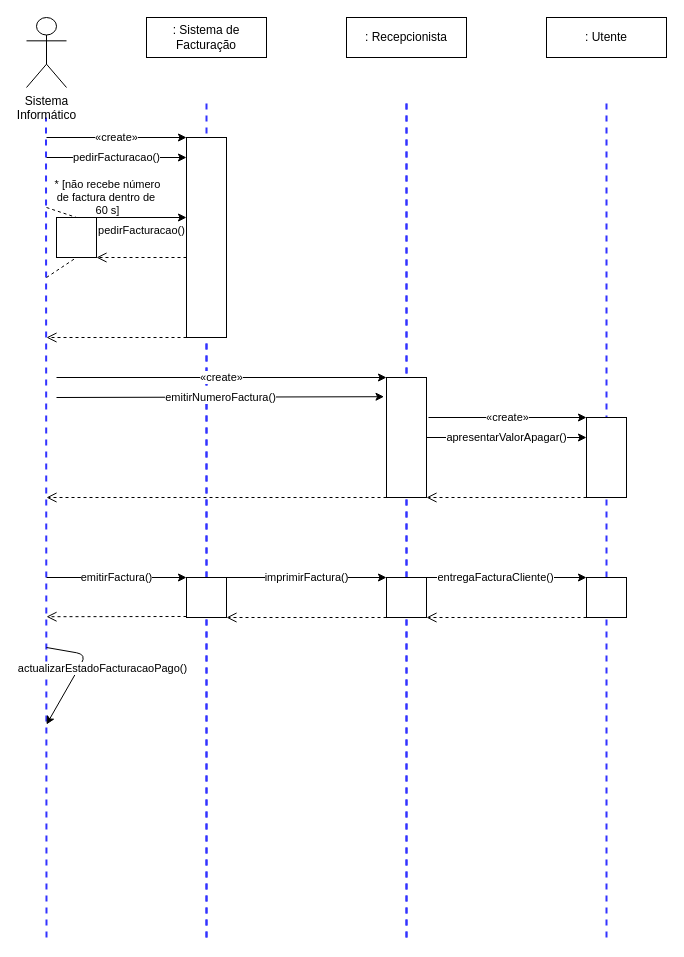
Before: page "Facturação" (1 of 2) of Diagramas de Sequência - Atribuir Vaga e Facturação.drawio in carlan92/Hospital_Management_System, a draw.io diagram. Source tidied: cells renumbered, new cells numbered last; positions are measured from the earlier drawing's top-left corner, leaving out a move shared by most shapes. Both pictures are drawn from the tidied source at 100%, with x=0, y=0 at pixel (26, 17).
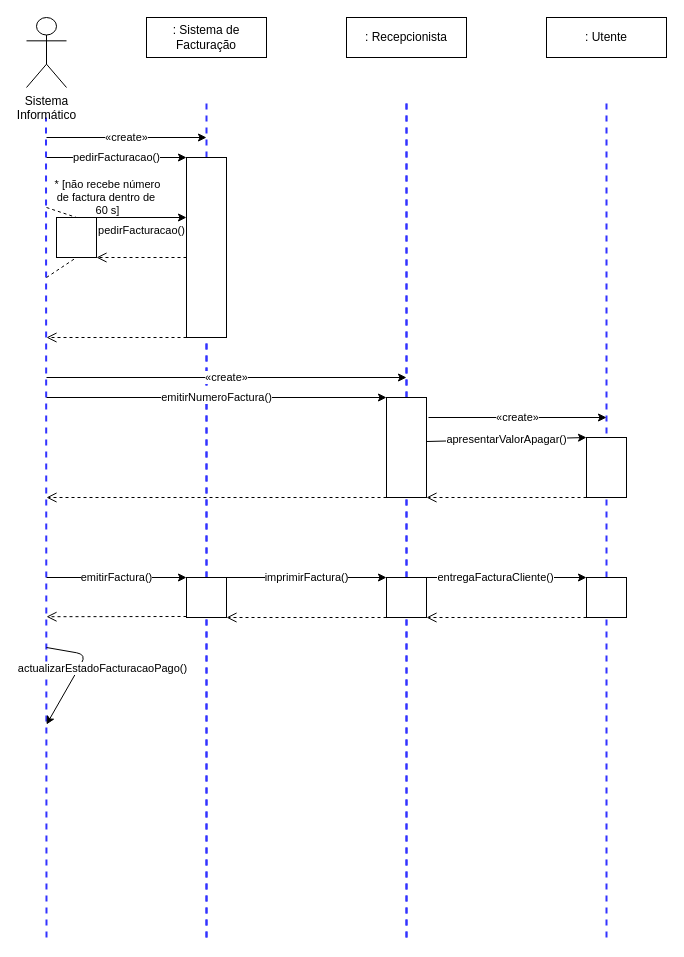
Above is the later version.

Change to the diagram source:
```diff
@@
-    <mxCell id="11" value="«create»" style="endArrow=classic;html=1;strokeWidth=1;entryX=0;entryY=0;entryDx=0;entryDy=0;" parent="1" edge="1" target="12">
+    <mxCell id="11" value="«create»" style="endArrow=classic;html=1;strokeWidth=1;" parent="1" edge="1">
       <mxGeometry relative="1" as="geometry">
         <mxPoint x="20" y="120" as="sourcePoint" />
+        <mxPoint x="180" y="120" as="targetPoint" />
       </mxGeometry>
     </mxCell>
     <mxCell id="12" style="rounded=0;whiteSpace=wrap;html=1;" parent="1" vertex="1">
-      <mxGeometry x="160" y="120" width="40" height="200" as="geometry" />
+      <mxGeometry x="160" y="140" width="40" height="180" as="geometry" />
     </mxCell>
@@
-    <mxCell id="15" value="pedirFacturacao()" style="endArrow=classic;html=1;strokeWidth=1;entryX=0;entryY=0;entryDx=0;entryDy=0;" parent="1" edge="1">
+    <mxCell id="15" value="pedirFacturacao()" style="endArrow=classic;html=1;strokeWidth=1;" parent="1" edge="1">
       <mxGeometry relative="1" as="geometry">
         <mxPoint x="20" y="140" as="sourcePoint" />
         <mxPoint x="160" y="140" as="targetPoint" />
       </mxGeometry>
     </mxCell>
@@
-    <mxCell id="17" value="«create»" style="endArrow=classic;html=1;strokeWidth=1;entryX=0;entryY=0;entryDx=0;entryDy=0;" parent="1" edge="1" target="18">
+    <mxCell id="17" value="«create»" style="endArrow=classic;html=1;strokeWidth=1;" parent="1" edge="1">
       <mxGeometry relative="1" as="geometry">
-        <mxPoint x="30" y="360" as="sourcePoint" />
+        <mxPoint x="20" y="360" as="sourcePoint" />
+        <mxPoint x="380" y="360" as="targetPoint" />
       </mxGeometry>
     </mxCell>
     <mxCell id="18" style="rounded=0;whiteSpace=wrap;html=1;" parent="1" vertex="1">
-      <mxGeometry x="360" y="360" width="40" height="120" as="geometry" />
+      <mxGeometry x="360" y="380" width="40" height="100" as="geometry" />
     </mxCell>
-    <mxCell id="19" value="emitirNumeroFactura()" style="endArrow=classic;html=1;strokeWidth=1;entryX=-0.062;entryY=0.16;entryDx=0;entryDy=0;entryPerimeter=0;" parent="1" edge="1" target="18">
+    <mxCell id="19" value="emitirNumeroFactura()" style="endArrow=classic;html=1;strokeWidth=1;entryX=0;entryY=0;entryDx=0;entryDy=0;" parent="1" edge="1" target="18">
       <mxGeometry relative="1" as="geometry">
-        <mxPoint x="30" y="380" as="sourcePoint" />
+        <mxPoint x="20" y="380" as="sourcePoint" />
       </mxGeometry>
     </mxCell>
-    <mxCell id="20" value="«create»" style="endArrow=classic;html=1;strokeWidth=1;entryX=0;entryY=0;entryDx=0;entryDy=0;" parent="1" edge="1" target="21">
+    <mxCell id="20" value="«create»" style="endArrow=classic;html=1;strokeWidth=1;" parent="1" edge="1">
       <mxGeometry relative="1" as="geometry">
         <mxPoint x="402" y="400" as="sourcePoint" />
+        <mxPoint x="580" y="400" as="targetPoint" />
       </mxGeometry>
     </mxCell>
     <mxCell id="21" style="rounded=0;whiteSpace=wrap;html=1;" parent="1" vertex="1">
-      <mxGeometry x="560" y="400" width="40" height="80" as="geometry" />
+      <mxGeometry x="560" y="420" width="40" height="60" as="geometry" />
     </mxCell>
-    <mxCell id="22" value="apresentarValorApagar()" style="endArrow=classic;html=1;strokeWidth=1;entryX=0;entryY=0;entryDx=0;entryDy=0;exitX=1;exitY=0.5;exitDx=0;exitDy=0;" parent="1" edge="1" source="18">
+    <mxCell id="22" value="apresentarValorApagar()" style="endArrow=classic;html=1;strokeWidth=1;entryX=0;entryY=0;entryDx=0;entryDy=0;exitX=1;exitY=0.44;exitDx=0;exitDy=0;exitPerimeter=0;" parent="1" edge="1" source="18">
       <mxGeometry relative="1" as="geometry">
         <mxPoint x="560" y="420" as="targetPoint" />
       </mxGeometry>
     </mxCell>
```
